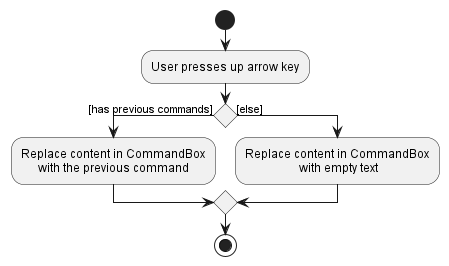
The PlantUML diagram docs/images/CommandHistoryActivityDiagram.png in nus-cs2103-AY2223S1/tp, before a commit.
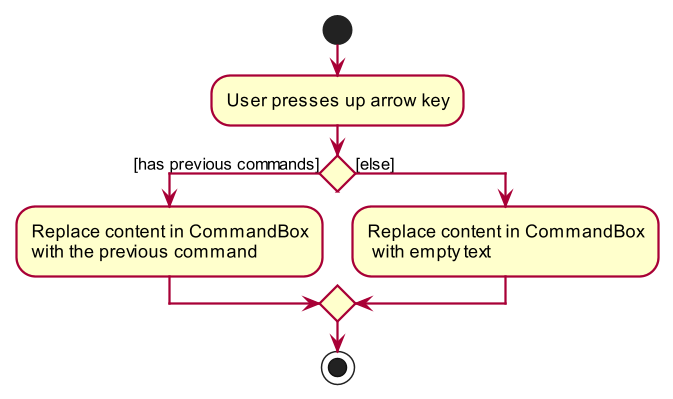
The same diagram one commit later.

Commit message:
Edit commandhistory activity diagram color

The edit, as a diff of the source:
```diff
@@ -1,5 +1,13 @@
 @startuml
-!include style.puml
+
+skinparam Shadowing false
+skinparam ArrowColor #A80036
+
+skinparam activity {
+  BackgroundColor Business
+  BorderColor #A80036
+  BorderThickness 1.5
+}
 
 start
 :User presses up arrow key;
```
